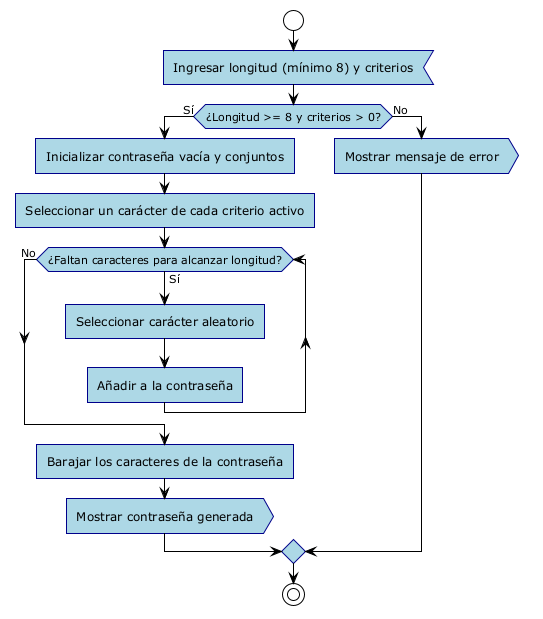
Above: diagrama-flujo.png in nelsonmarro/generador_password_py (PlantUML), before the change. Its diagram source:
```plantuml
@startuml
!theme plain
skinparam roundcorner 0
skinparam activity {
  BackgroundColor lightblue
  BorderColor darkblue
  ArrowColor black
}

start

:Ingresar longitud (mínimo 8) y criterios; <<input>>

if (¿Longitud >= 8 y criterios > 0?) then (Sí)
  :Inicializar contraseña vacía y conjuntos;

  :Seleccionar un carácter de cada criterio activo;

  while (¿Faltan caracteres para alcanzar longitud?) is (Sí)
    :Seleccionar carácter aleatorio;
    :Añadir a la contraseña;
  endwhile (No)

  :Barajar los caracteres de la contraseña;

  :Mostrar contraseña generada; <<output>>
else (No)
  :Mostrar mensaje de error; <<output>>
endif

stop
@enduml
```
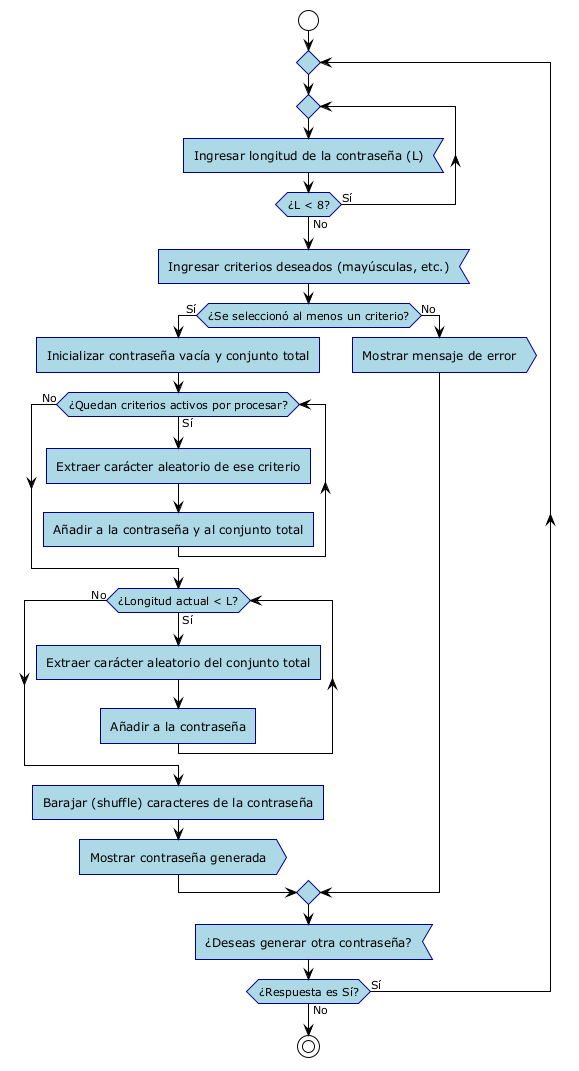
The same diagram one commit later.

Commit message:
fix: update flowchart to perfectly match Python loops and validations

Change to the diagram source:
```diff
@@ -9,24 +9,36 @@
 
 start
 
-:Ingresar longitud (mínimo 8) y criterios; <<input>>
+repeat
+  repeat
+    :Ingresar longitud de la contraseña (L); <<input>>
+  repeat while (¿L < 8?) is (Sí) not (No)
 
-if (¿Longitud >= 8 y criterios > 0?) then (Sí)
-  :Inicializar contraseña vacía y conjuntos;
+  :Ingresar criterios deseados (mayúsculas, etc.); <<input>>
 
-  :Seleccionar un carácter de cada criterio activo;
+  if (¿Se seleccionó al menos un criterio?) then (Sí)
+    :Inicializar contraseña vacía y conjunto total;
 
-  while (¿Faltan caracteres para alcanzar longitud?) is (Sí)
-    :Seleccionar carácter aleatorio;
-    :Añadir a la contraseña;
-  endwhile (No)
+    while (¿Quedan criterios activos por procesar?) is (Sí)
+      :Extraer carácter aleatorio de ese criterio;
+      :Añadir a la contraseña y al conjunto total;
+    endwhile (No)
 
-  :Barajar los caracteres de la contraseña;
+    while (¿Longitud actual < L?) is (Sí)
+      :Extraer carácter aleatorio del conjunto total;
+      :Añadir a la contraseña;
+    endwhile (No)
 
-  :Mostrar contraseña generada; <<output>>
-else (No)
-  :Mostrar mensaje de error; <<output>>
-endif
+    :Barajar (shuffle) caracteres de la contraseña;
+
+    :Mostrar contraseña generada; <<output>>
+  else (No)
+    :Mostrar mensaje de error; <<output>>
+  endif
+
+  :¿Deseas generar otra contraseña?; <<input>>
+
+repeat while (¿Respuesta es Sí?) is (Sí) not (No)
 
 stop
 @enduml
```
